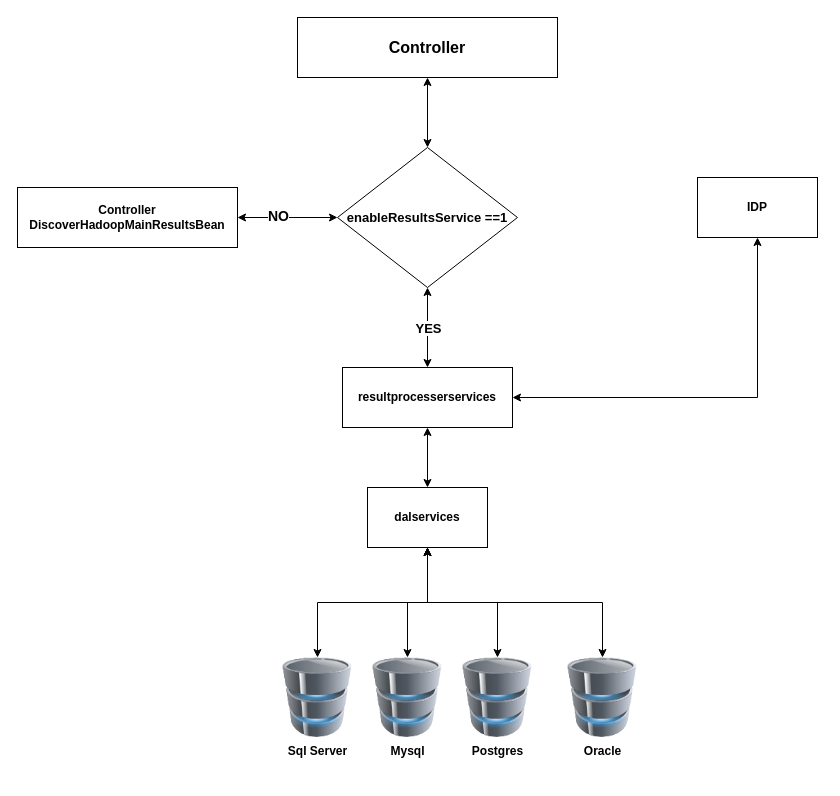
Earlier version of the draw.io diagram Untitled Diagram.drawio (abhishek-sharma-dataguise/testdemo). Source tidied: cells renumbered, new cells numbered last; positions are measured from the earlier drawing's top-left corner, leaving out a move shared by most shapes. Both pictures are drawn from the tidied source at 100%, with x=0, y=0 at pixel (17, 17).
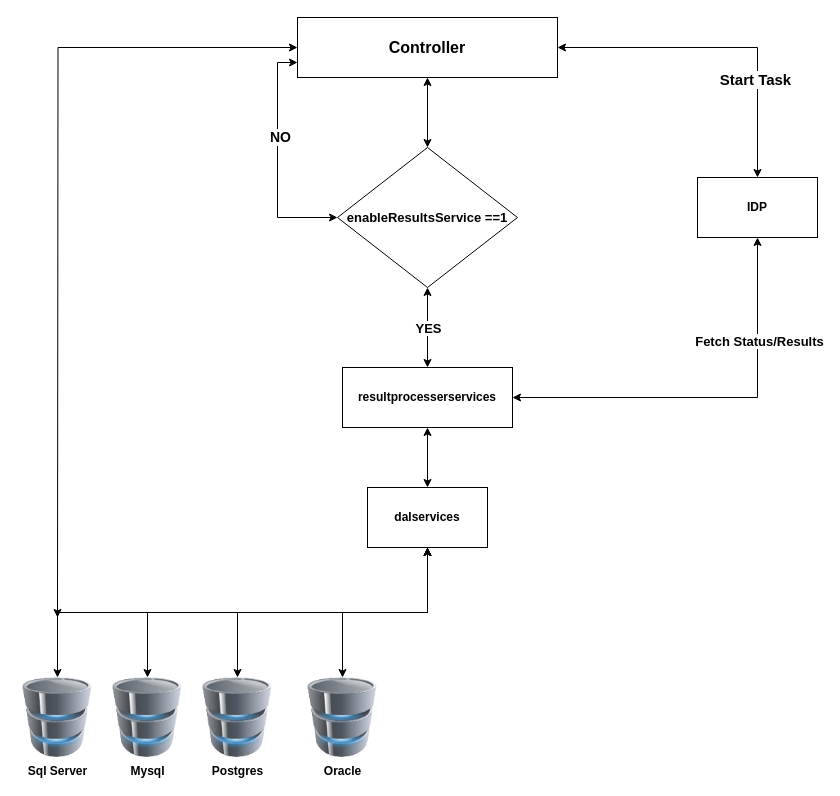
After the change.

Commit message:
design_microservices

Unchanged cells that the change refers to:
```xml
<mxCell id="2" value="&lt;span&gt;&lt;font style=&quot;font-size: 16px&quot;&gt;Controller&lt;/font&gt;&lt;/span&gt;" style="rounded=0;whiteSpace=wrap;html=1;fontStyle=1;" parent="1" vertex="1">
  <mxGeometry x="280" width="260" height="60" as="geometry" />
</mxCell>
<mxCell id="18" value="&lt;span style=&quot;font-size: 11px&quot;&gt;&lt;font style=&quot;font-size: 13px&quot;&gt;enableResultsService ==1&lt;/font&gt;&lt;/span&gt;" style="rhombus;whiteSpace=wrap;html=1;fontStyle=1;" parent="1" vertex="1">
  <mxGeometry x="320" y="130" width="180" height="140" as="geometry" />
</mxCell>
<mxCell id="21" style="edgeStyle=orthogonalEdgeStyle;rounded=0;jettySize=auto;html=1;entryX=1;entryY=0.5;entryDx=0;entryDy=0;startArrow=classic;startFill=1;exitX=0.5;exitY=1;exitDx=0;exitDy=0;" parent="1" edge="1" source="22" target="4">
  <mxGeometry relative="1" as="geometry" />
</mxCell>
<mxCell id="22" value="&lt;span&gt;IDP&lt;/span&gt;" style="rounded=0;whiteSpace=wrap;html=1;fontStyle=1;" parent="1" vertex="1">
  <mxGeometry x="680" y="160" width="120" height="60" as="geometry" />
</mxCell>
```

Diff of the diagram source:
```diff
@@
+    <mxCell id="23" style="edgeStyle=orthogonalEdgeStyle;rounded=0;jettySize=auto;html=1;entryX=0.5;entryY=0;entryDx=0;entryDy=0;startArrow=classic;startFill=1;" parent="1" edge="1" source="2" target="22">
+      <mxGeometry relative="1" as="geometry" />
+    </mxCell>
+    <mxCell id="24" value="&lt;b&gt;&lt;font style=&quot;font-size: 15px&quot;&gt;Start Task&lt;/font&gt;&lt;/b&gt;" style="edgeLabel;html=1;align=center;verticalAlign=middle;" parent="23" vertex="1">
+      <mxGeometry x="0.4" y="-3" relative="1" as="geometry" />
+    </mxCell>
+    <mxCell id="25" style="edgeStyle=orthogonalEdgeStyle;rounded=0;jettySize=auto;html=1;startArrow=classic;startFill=1;" parent="1" edge="1" source="2">
+      <mxGeometry relative="1" as="geometry">
+        <mxPoint x="40" y="600" as="targetPoint" />
+      </mxGeometry>
+    </mxCell>
@@
     <mxCell id="7" value="&lt;span&gt;Mysql&lt;/span&gt;" style="image;html=1;image=img/lib/clip_art/computers/Database_128x128.png;fontStyle=1;strokeWidth=1;" parent="1" vertex="1">
-      <mxGeometry x="350" y="640" width="80" height="80" as="geometry" />
+      <mxGeometry x="90" y="660" width="80" height="80" as="geometry" />
     </mxCell>
@@
     <mxCell id="9" value="&lt;span&gt;Postgres&lt;/span&gt;" style="image;html=1;image=img/lib/clip_art/computers/Database_128x128.png;fontStyle=1;strokeWidth=1;" parent="1" vertex="1">
-      <mxGeometry x="440" y="640" width="80" height="80" as="geometry" />
+      <mxGeometry x="180" y="660" width="80" height="80" as="geometry" />
     </mxCell>
@@
     <mxCell id="11" value="&lt;span&gt;Sql Server&lt;/span&gt;" style="image;html=1;image=img/lib/clip_art/computers/Database_128x128.png;fontStyle=1;strokeWidth=1;" parent="1" vertex="1">
-      <mxGeometry x="260" y="640" width="80" height="80" as="geometry" />
+      <mxGeometry y="660" width="80" height="80" as="geometry" />
     </mxCell>
@@
     <mxCell id="13" value="&lt;span&gt;Oracle&lt;/span&gt;" style="image;html=1;image=img/lib/clip_art/computers/Database_128x128.png;fontStyle=1;strokeWidth=1;" parent="1" vertex="1">
-      <mxGeometry x="550" y="640" width="70" height="80" as="geometry" />
+      <mxGeometry x="290" y="660" width="70" height="80" as="geometry" />
     </mxCell>
-    <mxCell id="14" style="edgeStyle=orthogonalEdgeStyle;rounded=0;jettySize=auto;html=1;entryX=1;entryY=0.5;entryDx=0;entryDy=0;startArrow=classic;startFill=1;fontStyle=1;" parent="1" edge="1" source="18" target="20">
-      <mxGeometry relative="1" as="geometry" />
+    <mxCell id="14" style="edgeStyle=orthogonalEdgeStyle;rounded=0;jettySize=auto;html=1;entryX=0;entryY=0.75;entryDx=0;entryDy=0;startArrow=classic;startFill=1;fontStyle=1;" parent="1" edge="1" source="18" target="2">
+      <mxGeometry relative="1" as="geometry">
+        <Array as="points">
+          <mxPoint x="260" y="200" />
+          <mxPoint x="260" y="45" />
+        </Array>
+      </mxGeometry>
     </mxCell>
@@
-    <mxCell id="20" value="&lt;span&gt;Controller&lt;/span&gt;&lt;br&gt;&lt;span&gt;DiscoverHadoopMainResultsBean&lt;/span&gt;" style="rounded=0;whiteSpace=wrap;html=1;fontStyle=1;" parent="1" vertex="1">
-      <mxGeometry y="170" width="220" height="60" as="geometry" />
-    </mxCell>
@@
+    <mxCell id="26" value="&lt;b&gt;&lt;font style=&quot;font-size: 13px&quot;&gt;Fetch Status/Results&lt;/font&gt;&lt;/b&gt;" style="edgeLabel;html=1;align=center;verticalAlign=middle;" parent="21" vertex="1">
+      <mxGeometry x="-0.49" y="1" relative="1" as="geometry" />
+    </mxCell>
```
